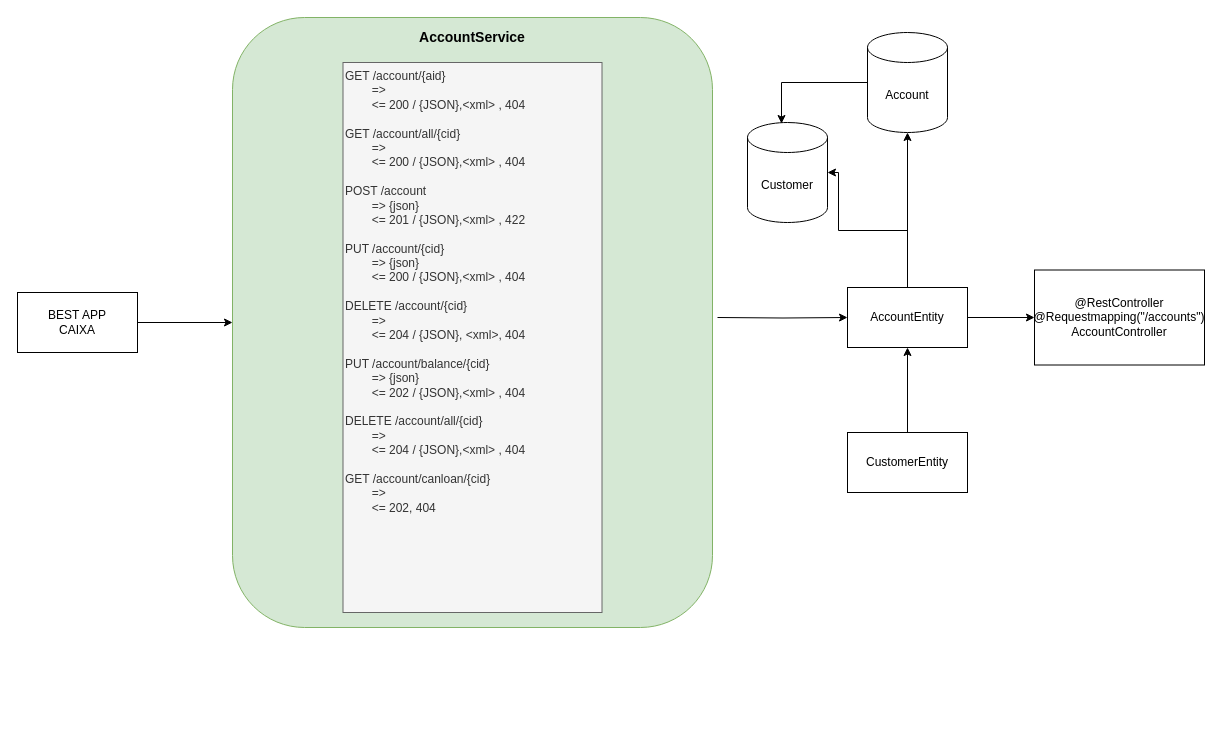
Earlier version of the draw.io diagram docs/esquemaServicios.drawio (Isrfag/AccountsService2). Source tidied: cells renumbered, new cells numbered last; positions are measured from the earlier drawing's top-left corner, leaving out a move shared by most shapes. Both pictures are drawn from the tidied source at 100%, with x=0, y=0 at pixel (17, 22).
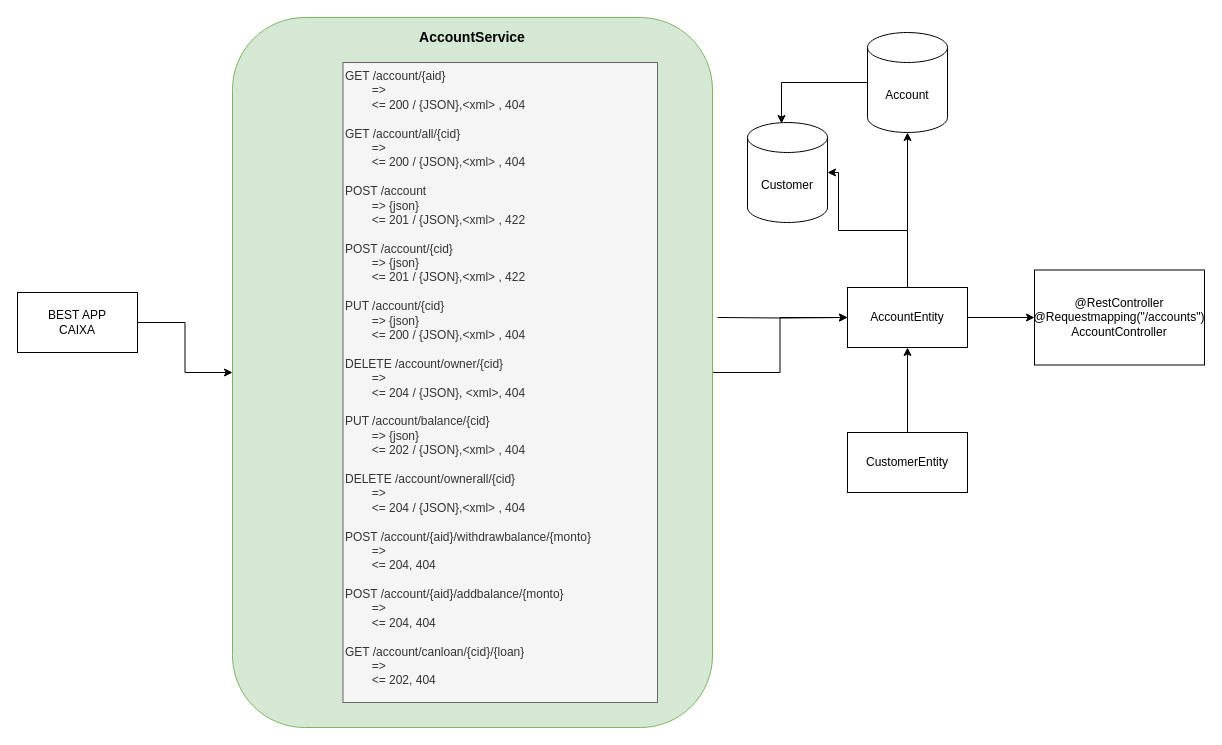
Above is the later version.

Commit message (it also covers changes not shown here):
Arreglando el esquema

Unchanged cells that the change refers to:
```xml
<mxCell id="10" value="AccountEntity" style="rounded=0;whiteSpace=wrap;html=1;" parent="1" vertex="1">
  <mxGeometry x="830" y="265" width="120" height="60" as="geometry" />
</mxCell>
```

Diff of the diagram source:
```diff
@@
+    <mxCell id="18" style="edgeStyle=orthogonalEdgeStyle;rounded=0;jettySize=auto;html=1;" parent="1" edge="1" source="2" target="10">
+      <mxGeometry relative="1" as="geometry" />
+    </mxCell>
     <mxCell id="2" style="rounded=1;whiteSpace=wrap;html=1;rotation=90;fillColor=#d5e8d4;strokeColor=#82b366;" parent="1" vertex="1">
-      <mxGeometry x="150" y="60" width="610" height="480" as="geometry" />
+      <mxGeometry x="100" y="110" width="710" height="480" as="geometry" />
     </mxCell>
@@
-    <mxCell id="5" value="GET /account/{aid}&amp;nbsp;&lt;div&gt;&lt;span style=&quot;white-space: pre;&quot;&gt;&#9;&lt;/span&gt;=&amp;gt;&lt;br&gt;&lt;/div&gt;&lt;div&gt;&lt;span style=&quot;white-space: pre;&quot;&gt;&#9;&lt;/span&gt;&amp;lt;= 200 / {JSON},&amp;lt;xml&amp;gt; , 404&lt;br&gt;&lt;/div&gt;&lt;div&gt;&lt;br&gt;&lt;/div&gt;&lt;div&gt;GET /account/all/{cid}&lt;/div&gt;&lt;div&gt;&lt;span style=&quot;white-space: pre;&quot;&gt;&#9;&lt;/span&gt;=&amp;gt;&lt;br&gt;&lt;/div&gt;&lt;div&gt;&lt;span style=&quot;white-space: pre;&quot;&gt;&#9;&lt;/span&gt;&lt;span style=&quot;background-color: initial;&quot;&gt;&amp;lt;= 200 / {JSON},&amp;lt;xml&amp;gt; , 404&lt;/span&gt;&lt;br&gt;&lt;/div&gt;&lt;div&gt;&lt;span style=&quot;background-color: initial;&quot;&gt;&lt;br&gt;&lt;/span&gt;&lt;/div&gt;&lt;div&gt;&lt;span style=&quot;background-color: initial;&quot;&gt;POST /account&lt;/span&gt;&lt;/div&gt;&lt;div&gt;&lt;span style=&quot;background-color: initial;&quot;&gt;&lt;span style=&quot;white-space: pre;&quot;&gt;&#9;&lt;/span&gt;=&amp;gt; {json}&lt;br&gt;&lt;/span&gt;&lt;/div&gt;&lt;div&gt;&lt;span style=&quot;background-color: initial;&quot;&gt;&lt;span style=&quot;white-space: pre;&quot;&gt;&#9;&lt;/span&gt;&lt;/span&gt;&lt;span style=&quot;background-color: initial;&quot;&gt;&amp;lt;= 201 / {JSON},&amp;lt;xml&amp;gt; , 422&lt;/span&gt;&lt;/div&gt;&lt;div&gt;&lt;span style=&quot;background-color: initial;&quot;&gt;&lt;br&gt;&lt;/span&gt;&lt;/div&gt;&lt;div&gt;PUT /account/{cid}&lt;/div&gt;&lt;div&gt;&lt;div&gt;&lt;span style=&quot;background-color: initial;&quot;&gt;&lt;span style=&quot;white-space: pre;&quot;&gt;&#9;&lt;/span&gt;=&amp;gt; {json}&lt;br&gt;&lt;/span&gt;&lt;/div&gt;&lt;div&gt;&lt;span style=&quot;background-color: initial;&quot;&gt;&lt;span style=&quot;white-space: pre;&quot;&gt;&#9;&lt;/span&gt;&lt;/span&gt;&lt;span style=&quot;background-color: initial;&quot;&gt;&amp;lt;= 200 / {JSON},&amp;lt;xml&amp;gt; , 404&lt;/span&gt;&lt;/div&gt;&lt;/div&gt;&lt;div&gt;&lt;span style=&quot;background-color: initial;&quot;&gt;&lt;br&gt;&lt;/span&gt;&lt;/div&gt;&lt;div&gt;&lt;span style=&quot;background-color: initial;&quot;&gt;DELETE /account/{cid}&lt;/span&gt;&lt;/div&gt;&lt;div&gt;&lt;span style=&quot;background-color: initial;&quot;&gt;&lt;span style=&quot;white-space: pre;&quot;&gt;&#9;&lt;/span&gt;=&amp;gt;&lt;br&gt;&lt;/span&gt;&lt;/div&gt;&lt;div&gt;&lt;span style=&quot;background-color: initial;&quot;&gt;&lt;span style=&quot;white-space: pre;&quot;&gt;&#9;&lt;/span&gt;&amp;lt;= 204 / {JSON}, &amp;lt;xml&amp;gt;, 404&lt;br&gt;&lt;/span&gt;&lt;/div&gt;&lt;div&gt;&lt;span style=&quot;background-color: initial;&quot;&gt;&lt;br&gt;&lt;/span&gt;&lt;/div&gt;&lt;div&gt;&lt;span style=&quot;background-color: initial;&quot;&gt;PUT /account/balance/{cid}&lt;/span&gt;&lt;/div&gt;&lt;div&gt;&lt;span style=&quot;background-color: initial;&quot;&gt;&lt;span style=&quot;white-space: pre;&quot;&gt;&#9;&lt;/span&gt;=&amp;gt; {json}&lt;/span&gt;&lt;/div&gt;&lt;div&gt;&lt;span style=&quot;background-color: initial;&quot;&gt;&lt;span style=&quot;white-space: pre;&quot;&gt;&#9;&lt;/span&gt;&lt;/span&gt;&lt;span style=&quot;background-color: initial;&quot;&gt;&amp;lt;= 202 / {JSON},&amp;lt;xml&amp;gt; , 404&lt;/span&gt;&lt;/div&gt;&lt;div&gt;&lt;span style=&quot;background-color: initial;&quot;&gt;&lt;br&gt;&lt;/span&gt;&lt;/div&gt;&lt;div&gt;&lt;span style=&quot;background-color: initial;&quot;&gt;DELETE /account/all/{cid}&lt;/span&gt;&lt;/div&gt;&lt;div&gt;&lt;span style=&quot;background-color: initial;&quot;&gt;&lt;span style=&quot;white-space: pre;&quot;&gt;&#9;&lt;/span&gt;=&amp;gt;&lt;/span&gt;&lt;/div&gt;&lt;div&gt;&lt;span style=&quot;background-color: initial;&quot;&gt;&lt;span style=&quot;white-space: pre;&quot;&gt;&#9;&lt;/span&gt;&amp;lt;= 204 / {JSON},&amp;lt;xml&amp;gt; , 404&lt;/span&gt;&lt;/div&gt;&lt;div&gt;&lt;span style=&quot;background-color: initial;&quot;&gt;&lt;br&gt;&lt;/span&gt;&lt;/div&gt;&lt;div&gt;&lt;span style=&quot;background-color: initial;&quot;&gt;GET /account/canloan/{cid}&lt;/span&gt;&lt;/div&gt;&lt;div&gt;&lt;span style=&quot;background-color: initial;&quot;&gt;&lt;span style=&quot;white-space: pre;&quot;&gt;&#9;&lt;/span&gt;=&amp;gt;&lt;br&gt;&lt;/span&gt;&lt;/div&gt;&lt;div&gt;&lt;span style=&quot;background-color: initial;&quot;&gt;&lt;span style=&quot;white-space: pre;&quot;&gt;&#9;&lt;/span&gt;&amp;lt;= 202, 404&lt;br&gt;&lt;/span&gt;&lt;/div&gt;&lt;div&gt;&lt;span style=&quot;background-color: initial;&quot;&gt;&lt;br&gt;&lt;/span&gt;&lt;/div&gt;" style="text;html=1;align=left;verticalAlign=top;whiteSpace=wrap;rounded=0;fillColor=#f5f5f5;fontColor=#333333;strokeColor=#666666;" parent="1" vertex="1">
-      <mxGeometry x="325.5" y="40" width="259" height="550" as="geometry" />
+    <mxCell id="5" value="GET /account/{aid}&amp;nbsp;&lt;div&gt;&lt;span style=&quot;white-space: pre;&quot;&gt;&#9;&lt;/span&gt;=&amp;gt;&lt;br&gt;&lt;/div&gt;&lt;div&gt;&lt;span style=&quot;white-space: pre;&quot;&gt;&#9;&lt;/span&gt;&amp;lt;= 200 / {JSON},&amp;lt;xml&amp;gt; , 404&lt;br&gt;&lt;/div&gt;&lt;div&gt;&lt;br&gt;&lt;/div&gt;&lt;div&gt;GET /account/all/{cid}&lt;/div&gt;&lt;div&gt;&lt;span style=&quot;white-space: pre;&quot;&gt;&#9;&lt;/span&gt;=&amp;gt;&lt;br&gt;&lt;/div&gt;&lt;div&gt;&lt;span style=&quot;white-space: pre;&quot;&gt;&#9;&lt;/span&gt;&lt;span style=&quot;background-color: initial;&quot;&gt;&amp;lt;= 200 / {JSON},&amp;lt;xml&amp;gt; , 404&lt;/span&gt;&lt;br&gt;&lt;/div&gt;&lt;div&gt;&lt;span style=&quot;background-color: initial;&quot;&gt;&lt;br&gt;&lt;/span&gt;&lt;/div&gt;&lt;div&gt;&lt;span style=&quot;background-color: initial;&quot;&gt;POST /account&lt;/span&gt;&lt;/div&gt;&lt;div&gt;&lt;span style=&quot;background-color: initial;&quot;&gt;&lt;span style=&quot;white-space: pre;&quot;&gt;&#9;&lt;/span&gt;=&amp;gt; {json}&lt;br&gt;&lt;/span&gt;&lt;/div&gt;&lt;div&gt;&lt;span style=&quot;background-color: initial;&quot;&gt;&lt;span style=&quot;white-space: pre;&quot;&gt;&#9;&lt;/span&gt;&lt;/span&gt;&lt;span style=&quot;background-color: initial;&quot;&gt;&amp;lt;= 201 / {JSON},&amp;lt;xml&amp;gt; , 422&lt;/span&gt;&lt;/div&gt;&lt;div&gt;&lt;div&gt;&lt;span style=&quot;background-color: initial;&quot;&gt;&lt;br&gt;&lt;/span&gt;&lt;/div&gt;&lt;div&gt;&lt;span style=&quot;background-color: initial;&quot;&gt;POST /account/{cid}&lt;/span&gt;&lt;/div&gt;&lt;div&gt;&lt;span style=&quot;background-color: initial;&quot;&gt;&lt;span style=&quot;white-space: pre;&quot;&gt;&#9;&lt;/span&gt;=&amp;gt; {json}&lt;br&gt;&lt;/span&gt;&lt;/div&gt;&lt;div&gt;&lt;span style=&quot;background-color: initial;&quot;&gt;&lt;span style=&quot;white-space: pre;&quot;&gt;&#9;&lt;/span&gt;&lt;/span&gt;&lt;span style=&quot;background-color: initial;&quot;&gt;&amp;lt;= 201 / {JSON},&amp;lt;xml&amp;gt; , 422&lt;/span&gt;&lt;/div&gt;&lt;/div&gt;&lt;div&gt;&lt;span style=&quot;background-color: initial;&quot;&gt;&lt;br&gt;&lt;/span&gt;&lt;/div&gt;&lt;div&gt;PUT /account/{cid}&lt;/div&gt;&lt;div&gt;&lt;div&gt;&lt;span style=&quot;background-color: initial;&quot;&gt;&lt;span style=&quot;white-space: pre;&quot;&gt;&#9;&lt;/span&gt;=&amp;gt; {json}&lt;br&gt;&lt;/span&gt;&lt;/div&gt;&lt;div&gt;&lt;span style=&quot;background-color: initial;&quot;&gt;&lt;span style=&quot;white-space: pre;&quot;&gt;&#9;&lt;/span&gt;&lt;/span&gt;&lt;span style=&quot;background-color: initial;&quot;&gt;&amp;lt;= 200 / {JSON},&amp;lt;xml&amp;gt; , 404&lt;/span&gt;&lt;/div&gt;&lt;/div&gt;&lt;div&gt;&lt;span style=&quot;background-color: initial;&quot;&gt;&lt;br&gt;&lt;/span&gt;&lt;/div&gt;&lt;div&gt;&lt;span style=&quot;background-color: initial;&quot;&gt;DELETE /account/owner/{cid}&lt;/span&gt;&lt;/div&gt;&lt;div&gt;&lt;span style=&quot;background-color: initial;&quot;&gt;&lt;span style=&quot;white-space: pre;&quot;&gt;&#9;&lt;/span&gt;=&amp;gt;&lt;br&gt;&lt;/span&gt;&lt;/div&gt;&lt;div&gt;&lt;span style=&quot;background-color: initial;&quot;&gt;&lt;span style=&quot;white-space: pre;&quot;&gt;&#9;&lt;/span&gt;&amp;lt;= 204 / {JSON}, &amp;lt;xml&amp;gt;, 404&lt;br&gt;&lt;/span&gt;&lt;/div&gt;&lt;div&gt;&lt;span style=&quot;background-color: initial;&quot;&gt;&lt;br&gt;&lt;/span&gt;&lt;/div&gt;&lt;div&gt;&lt;span style=&quot;background-color: initial;&quot;&gt;PUT /account/balance/{cid}&lt;/span&gt;&lt;/div&gt;&lt;div&gt;&lt;span style=&quot;background-color: initial;&quot;&gt;&lt;span style=&quot;white-space: pre;&quot;&gt;&#9;&lt;/span&gt;=&amp;gt; {json}&lt;/span&gt;&lt;/div&gt;&lt;div&gt;&lt;span style=&quot;background-color: initial;&quot;&gt;&lt;span style=&quot;white-space: pre;&quot;&gt;&#9;&lt;/span&gt;&lt;/span&gt;&lt;span style=&quot;background-color: initial;&quot;&gt;&amp;lt;= 202 / {JSON},&amp;lt;xml&amp;gt; , 404&lt;/span&gt;&lt;/div&gt;&lt;div&gt;&lt;span style=&quot;background-color: initial;&quot;&gt;&lt;br&gt;&lt;/span&gt;&lt;/div&gt;&lt;div&gt;&lt;span style=&quot;background-color: initial;&quot;&gt;DELETE /account/ownerall/{cid}&lt;/span&gt;&lt;/div&gt;&lt;div&gt;&lt;span style=&quot;background-color: initial;&quot;&gt;&lt;span style=&quot;white-space: pre;&quot;&gt;&#9;&lt;/span&gt;=&amp;gt;&lt;/span&gt;&lt;/div&gt;&lt;div&gt;&lt;span style=&quot;background-color: initial;&quot;&gt;&lt;span style=&quot;white-space: pre;&quot;&gt;&#9;&lt;/span&gt;&amp;lt;= 204 / {JSON},&amp;lt;xml&amp;gt; , 404&lt;/span&gt;&lt;/div&gt;&lt;div&gt;&lt;span style=&quot;background-color: initial;&quot;&gt;&lt;br&gt;&lt;/span&gt;&lt;/div&gt;&lt;div&gt;&lt;span style=&quot;background-color: initial;&quot;&gt;POST /account/{aid}/withdrawbalance/{monto}&lt;/span&gt;&lt;/div&gt;&lt;div&gt;&lt;span style=&quot;background-color: initial;&quot;&gt;&lt;span style=&quot;white-space: pre;&quot;&gt;&#9;&lt;/span&gt;=&amp;gt;&lt;br&gt;&lt;/span&gt;&lt;/div&gt;&lt;div&gt;&lt;span style=&quot;background-color: initial;&quot;&gt;&lt;span style=&quot;white-space: pre;&quot;&gt;&#9;&lt;/span&gt;&amp;lt;= 204, 404&lt;br&gt;&lt;/span&gt;&lt;/div&gt;&lt;div&gt;&lt;span style=&quot;background-color: initial;&quot;&gt;&lt;br&gt;&lt;/span&gt;&lt;/div&gt;&lt;div&gt;&lt;div&gt;&lt;span style=&quot;background-color: initial;&quot;&gt;POST /account/{aid}/addbalance/{monto}&lt;/span&gt;&lt;/div&gt;&lt;div&gt;&lt;span style=&quot;background-color: initial;&quot;&gt;&lt;span style=&quot;white-space: pre;&quot;&gt;&#9;&lt;/span&gt;=&amp;gt;&lt;br&gt;&lt;/span&gt;&lt;/div&gt;&lt;div&gt;&lt;span style=&quot;background-color: initial;&quot;&gt;&lt;span style=&quot;white-space: pre;&quot;&gt;&#9;&lt;/span&gt;&amp;lt;= 204, 404&lt;/span&gt;&lt;/div&gt;&lt;/div&gt;&lt;div&gt;&lt;span style=&quot;background-color: initial;&quot;&gt;&lt;br&gt;&lt;/span&gt;&lt;/div&gt;&lt;div&gt;&lt;span style=&quot;background-color: initial;&quot;&gt;GET /account/canloan/{cid}/{loan}&lt;/span&gt;&lt;/div&gt;&lt;div&gt;&lt;span style=&quot;background-color: initial;&quot;&gt;&lt;span style=&quot;white-space: pre;&quot;&gt;&#9;&lt;/span&gt;=&amp;gt;&lt;br&gt;&lt;/span&gt;&lt;/div&gt;&lt;div&gt;&lt;span style=&quot;background-color: initial;&quot;&gt;&lt;span style=&quot;white-space: pre;&quot;&gt;&#9;&lt;/span&gt;&amp;lt;= 202, 404&lt;br&gt;&lt;/span&gt;&lt;/div&gt;&lt;div&gt;&lt;span style=&quot;background-color: initial;&quot;&gt;&lt;br&gt;&lt;/span&gt;&lt;/div&gt;" style="text;html=1;align=left;verticalAlign=top;whiteSpace=wrap;rounded=0;fillColor=#f5f5f5;fontColor=#333333;strokeColor=#666666;" parent="1" vertex="1">
+      <mxGeometry x="325.5" y="40" width="314.5" height="640" as="geometry" />
     </mxCell>
```
